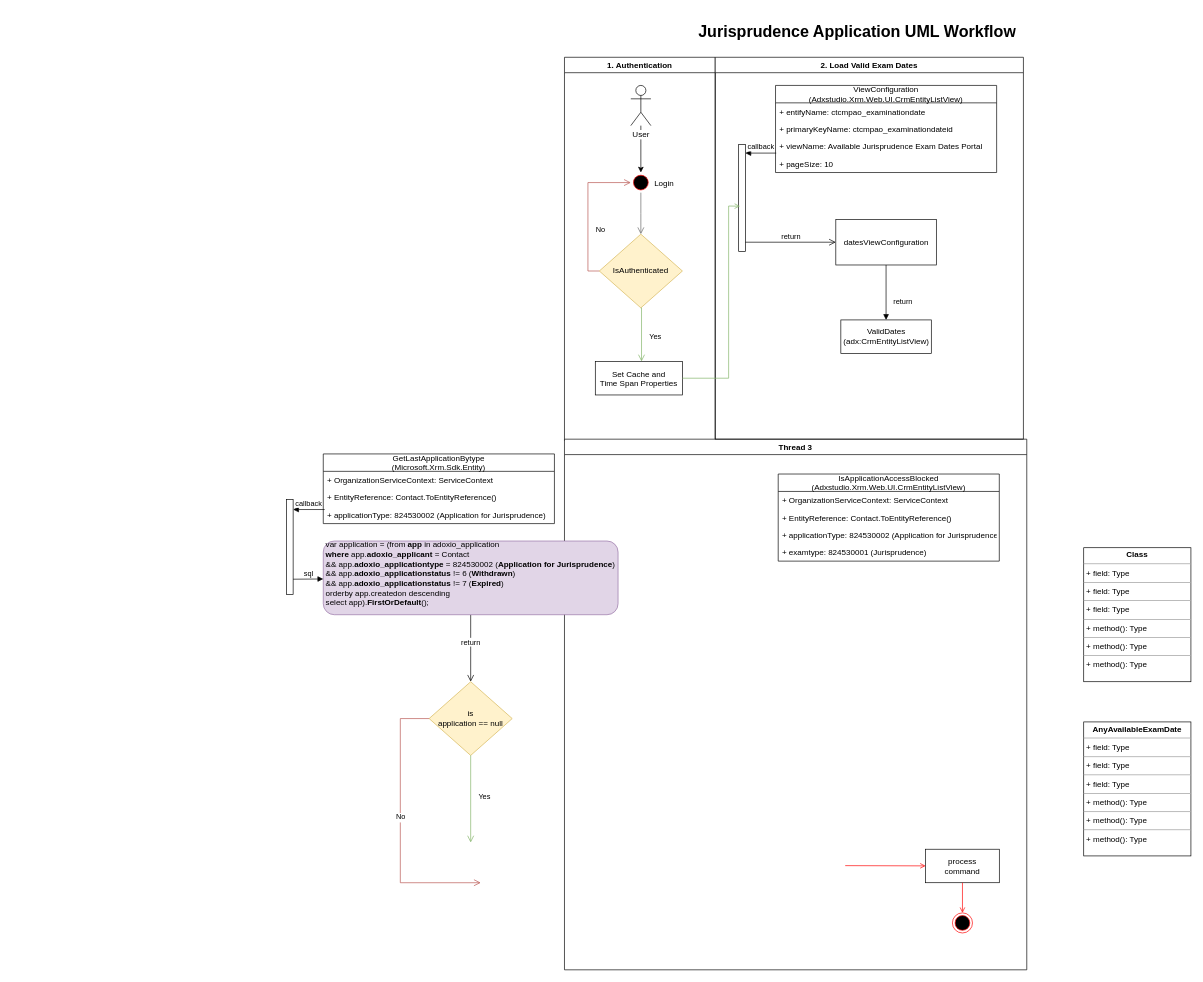
Above: Jurisprudence Application UML Workflow.drawio in lest-xu/temp (draw.io), before the change. Source tidied: cells renumbered, new cells numbered last; positions are measured from the earlier drawing's top-left corner, leaving out a move shared by most shapes. Both pictures are drawn from the tidied source at 67%, with x=0, y=0 at pixel (286, 18).
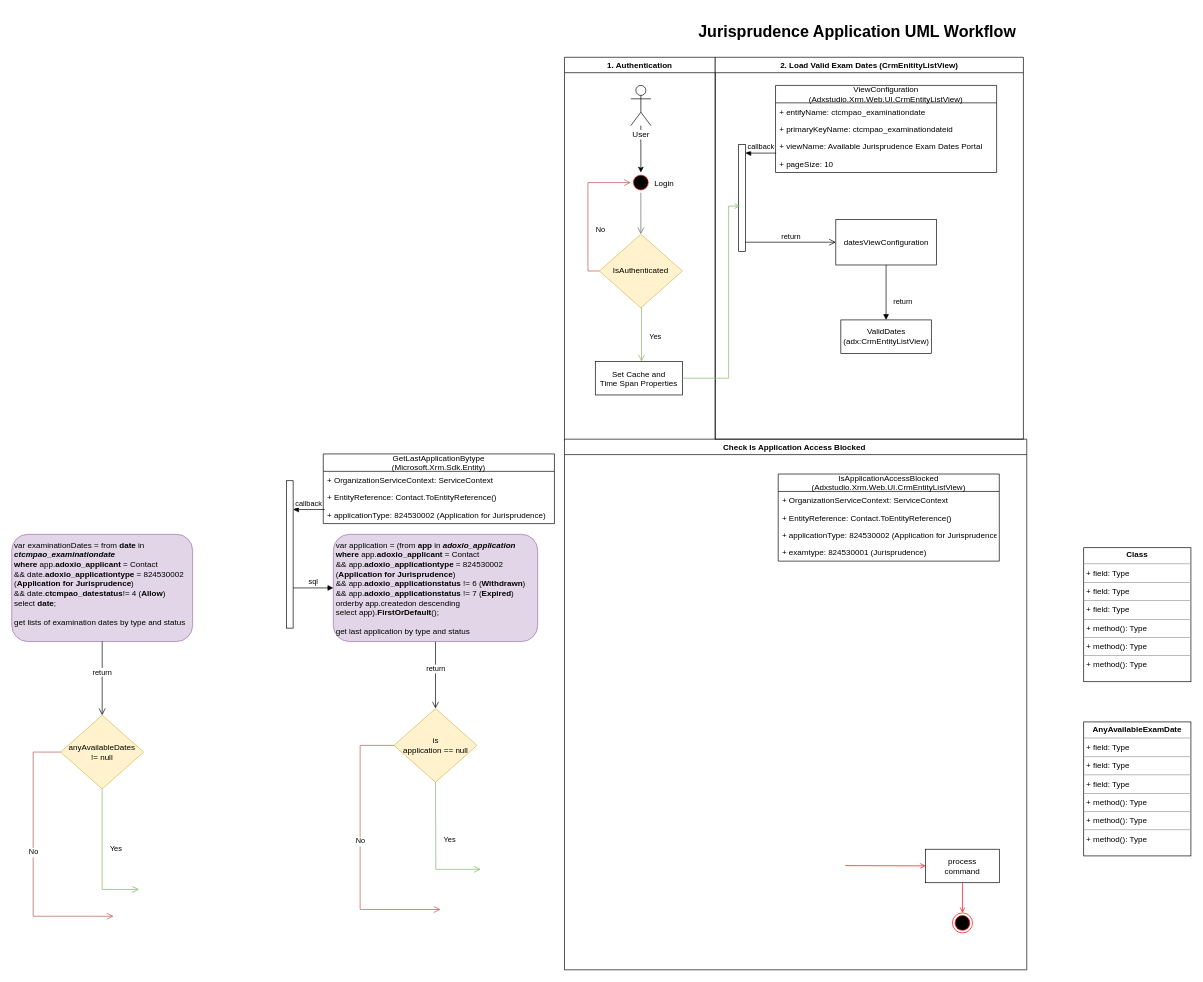
The same page after the edit.

Unchanged cells that the change refers to:
```xml
<mxCell id="2" value="1. Authentication" style="swimlane;whiteSpace=wrap;" parent="1" vertex="1">
  <mxGeometry x="415" y="58" width="225" height="572" as="geometry" />
</mxCell>
```

Change to the diagram source:
```diff
@@
-    <mxCell id="12" value="Thread 3" style="swimlane;whiteSpace=wrap;" parent="2" vertex="1">
+    <mxCell id="12" value="Check Is Application Access Blocked " style="swimlane;whiteSpace=wrap;startSize=23;" parent="2" vertex="1">
       <mxGeometry y="570" width="690" height="792" as="geometry" />
     </mxCell>
@@
-    <mxCell id="22" value="2. Load Valid Exam Dates" style="swimlane;whiteSpace=wrap;" parent="1" vertex="1">
+    <mxCell id="22" value="2. Load Valid Exam Dates (CrmEnitityListView)" style="swimlane;whiteSpace=wrap;" parent="1" vertex="1">
       <mxGeometry x="640" y="58" width="460" height="570" as="geometry" />
     </mxCell>
@@
     <mxCell id="42" style="html=1;points=[];perimeter=orthogonalPerimeter;" parent="1" vertex="1">
-      <mxGeometry y="718" width="10" height="142" as="geometry" />
+      <mxGeometry y="690" width="10" height="220" as="geometry" />
     </mxCell>
@@
-    <mxCell id="45" value="&lt;div&gt;var application = (from &lt;b&gt;app&lt;/b&gt; in adoxio_application&amp;nbsp;&lt;/div&gt;&lt;div&gt;&lt;b&gt;where &lt;/b&gt;app.&lt;b&gt;adoxio_applicant &lt;/b&gt;= Contact&lt;/div&gt;&lt;div&gt;&amp;amp;&amp;amp; app.&lt;b&gt;adoxio_applicationtype&lt;/b&gt; = 824530002 (&lt;b&gt;Application for Jurisprudence&lt;/b&gt;)&lt;/div&gt;&lt;div&gt;&amp;amp;&amp;amp; app.&lt;b&gt;adoxio_applicationstatus &lt;/b&gt;!= 6 (&lt;b&gt;Withdrawn&lt;/b&gt;)&lt;/div&gt;&lt;div&gt;&amp;amp;&amp;amp; app.&lt;b&gt;adoxio_applicationstatus &lt;/b&gt;!= 7 (&lt;b&gt;Expired&lt;/b&gt;)&lt;/div&gt;&lt;div&gt;orderby app.createdon descending&lt;/div&gt;&lt;div&gt;select app).&lt;b&gt;FirstOrDefault&lt;/b&gt;();&lt;/div&gt;&lt;div&gt;&lt;br&gt;&lt;/div&gt;" style="rounded=1;whiteSpace=wrap;html=1;align=left;spacingTop=2;spacingLeft=2;spacingRight=2;fillColor=#e1d5e7;strokeColor=#9673a6;" parent="1" vertex="1">
-      <mxGeometry x="55" y="780" width="440" height="110" as="geometry" />
+    <mxCell id="45" value="&lt;div&gt;var application = (from &lt;b&gt;app&lt;/b&gt; in &lt;i&gt;&lt;b&gt;adoxio_application&amp;nbsp;&lt;/b&gt;&lt;/i&gt;&lt;/div&gt;&lt;div&gt;&lt;b&gt;where &lt;/b&gt;app.&lt;b&gt;adoxio_applicant &lt;/b&gt;= Contact&lt;/div&gt;&lt;div&gt;&amp;amp;&amp;amp; app.&lt;b&gt;adoxio_applicationtype&lt;/b&gt; = 824530002 (&lt;b&gt;Application for Jurisprudence&lt;/b&gt;)&lt;/div&gt;&lt;div&gt;&amp;amp;&amp;amp; app.&lt;b&gt;adoxio_applicationstatus &lt;/b&gt;!= 6 (&lt;b&gt;Withdrawn&lt;/b&gt;)&lt;/div&gt;&lt;div&gt;&amp;amp;&amp;amp; app.&lt;b&gt;adoxio_applicationstatus &lt;/b&gt;!= 7 (&lt;b&gt;Expired&lt;/b&gt;)&lt;/div&gt;&lt;div&gt;orderby app.createdon descending&lt;/div&gt;&lt;div&gt;select app).&lt;b&gt;FirstOrDefault&lt;/b&gt;();&lt;/div&gt;&lt;div&gt;&lt;br&gt;&lt;/div&gt;&lt;div&gt;get last application by type and status&lt;/div&gt;" style="rounded=1;whiteSpace=wrap;html=1;align=left;spacingTop=2;spacingLeft=2;spacingRight=2;fillColor=#e1d5e7;strokeColor=#9673a6;" parent="1" vertex="1">
+      <mxGeometry x="70" y="770" width="305" height="160" as="geometry" />
     </mxCell>
-    <mxCell id="46" value="sql" style="html=1;verticalAlign=bottom;endArrow=block;" parent="1" edge="1" target="45">
-      <mxGeometry relative="1" as="geometry">
-        <mxPoint x="10" y="837" as="sourcePoint" />
-      </mxGeometry>
+    <mxCell id="46" value="sql" style="html=1;verticalAlign=bottom;endArrow=block;entryX=0;entryY=0.5;entryDx=0;entryDy=0;" parent="1" edge="1" source="42" target="45">
+      <mxGeometry relative="1" as="geometry" />
     </mxCell>
     <mxCell id="47" value="is&lt;br&gt;application == null" style="rhombus;whiteSpace=wrap;html=1;fillColor=#fff2cc;strokeColor=#d6b656;" parent="1" vertex="1">
-      <mxGeometry x="213" y="990" width="124" height="110" as="geometry" />
+      <mxGeometry x="160.5" y="1030" width="124" height="110" as="geometry" />
     </mxCell>
     <mxCell id="48" value="No" style="edgeStyle=elbowEdgeStyle;elbow=horizontal;align=left;verticalAlign=top;endArrow=open;endSize=8;strokeColor=#b85450;endFill=1;rounded=0;exitX=0;exitY=0.5;exitDx=0;exitDy=0;fillColor=#f8cecc;" parent="1" edge="1" source="47">
       <mxGeometry x="-0.14" y="-9" relative="1" as="geometry">
-        <mxPoint x="290" y="1290" as="targetPoint" />
+        <mxPoint x="230" y="1330" as="targetPoint" />
         <Array as="points">
-          <mxPoint x="170" y="1170" />
+          <mxPoint x="110" y="1210" />
         </Array>
         <mxPoint x="1" y="1" as="offset" />
       </mxGeometry>
     </mxCell>
     <mxCell id="49" value="Yes" style="edgeStyle=elbowEdgeStyle;elbow=horizontal;align=left;verticalAlign=top;endArrow=open;endSize=8;strokeColor=#82b366;endFill=1;rounded=0;exitX=0.5;exitY=1;exitDx=0;exitDy=0;fillColor=#d5e8d4;" parent="1" edge="1" source="47">
       <mxGeometry x="-0.27" y="10" relative="1" as="geometry">
-        <mxPoint x="275" y="1230" as="targetPoint" />
+        <mxPoint x="290" y="1270" as="targetPoint" />
+        <Array as="points">
+          <mxPoint x="223" y="1220" />
+        </Array>
         <mxPoint y="1" as="offset" />
       </mxGeometry>
     </mxCell>
+    <mxCell id="50" value="&lt;div&gt;var examinationDates = from &lt;b&gt;date&lt;/b&gt; in &lt;b&gt;&lt;i&gt;ctcmpao_examinationdate&lt;/i&gt;&lt;/b&gt;&lt;/div&gt;&lt;div&gt;&lt;b&gt;where &lt;/b&gt;app.&lt;b&gt;adoxio_applicant &lt;/b&gt;= Contact&lt;/div&gt;&lt;div&gt;&amp;amp;&amp;amp; date.&lt;b&gt;adoxio_applicationtype&lt;/b&gt; = 824530002 (&lt;b&gt;Application for Jurisprudence&lt;/b&gt;)&lt;/div&gt;&lt;div&gt;&amp;amp;&amp;amp; date.&lt;b&gt;ctcmpao_datestatus&lt;/b&gt;!= 4 (&lt;b&gt;Allow&lt;/b&gt;)&lt;/div&gt;&lt;div&gt;select&amp;nbsp;&lt;b&gt;date&lt;/b&gt;;&lt;/div&gt;&lt;div&gt;&lt;br&gt;&lt;/div&gt;&lt;div&gt;get lists of examination dates by type and status&lt;/div&gt;&lt;div&gt;&lt;br&gt;&lt;/div&gt;" style="rounded=1;whiteSpace=wrap;html=1;align=left;spacingTop=2;spacingLeft=2;spacingRight=2;fillColor=#e1d5e7;strokeColor=#9673a6;" parent="1" vertex="1">
+      <mxGeometry x="-410" y="770" width="270" height="160" as="geometry" />
+    </mxCell>
+    <mxCell id="51" value="anyAvailableDates&lt;br&gt;!= null" style="rhombus;whiteSpace=wrap;html=1;fillColor=#fff2cc;strokeColor=#d6b656;" parent="1" vertex="1">
+      <mxGeometry x="-337" y="1040" width="124" height="110" as="geometry" />
+    </mxCell>
+    <mxCell id="52" value="return" style="html=1;verticalAlign=bottom;endArrow=open;endSize=8;exitX=0.5;exitY=1;exitDx=0;exitDy=0;entryX=0.5;entryY=0;entryDx=0;entryDy=0;" parent="1" edge="1" source="50" target="51">
+      <mxGeometry relative="1" as="geometry" />
+    </mxCell>
+    <mxCell id="53" value="Yes" style="edgeStyle=elbowEdgeStyle;elbow=horizontal;align=left;verticalAlign=top;endArrow=open;endSize=8;strokeColor=#82b366;endFill=1;rounded=0;exitX=0.5;exitY=1;exitDx=0;exitDy=0;fillColor=#d5e8d4;" parent="1" edge="1" source="51">
+      <mxGeometry x="-0.27" y="10" relative="1" as="geometry">
+        <mxPoint x="-220" y="1300" as="targetPoint" />
+        <Array as="points">
+          <mxPoint x="-275" y="1170" />
+        </Array>
+        <mxPoint y="1" as="offset" />
+      </mxGeometry>
+    </mxCell>
+    <mxCell id="54" value="No" style="edgeStyle=elbowEdgeStyle;elbow=horizontal;align=left;verticalAlign=top;endArrow=open;endSize=8;strokeColor=#b85450;endFill=1;rounded=0;exitX=0;exitY=0.5;exitDx=0;exitDy=0;fillColor=#f8cecc;" parent="1" edge="1" source="51">
+      <mxGeometry x="-0.14" y="-9" relative="1" as="geometry">
+        <mxPoint x="-258" y="1340" as="targetPoint" />
+        <Array as="points">
+          <mxPoint x="-378" y="1220" />
+        </Array>
+        <mxPoint x="1" y="1" as="offset" />
+      </mxGeometry>
+    </mxCell>
```
